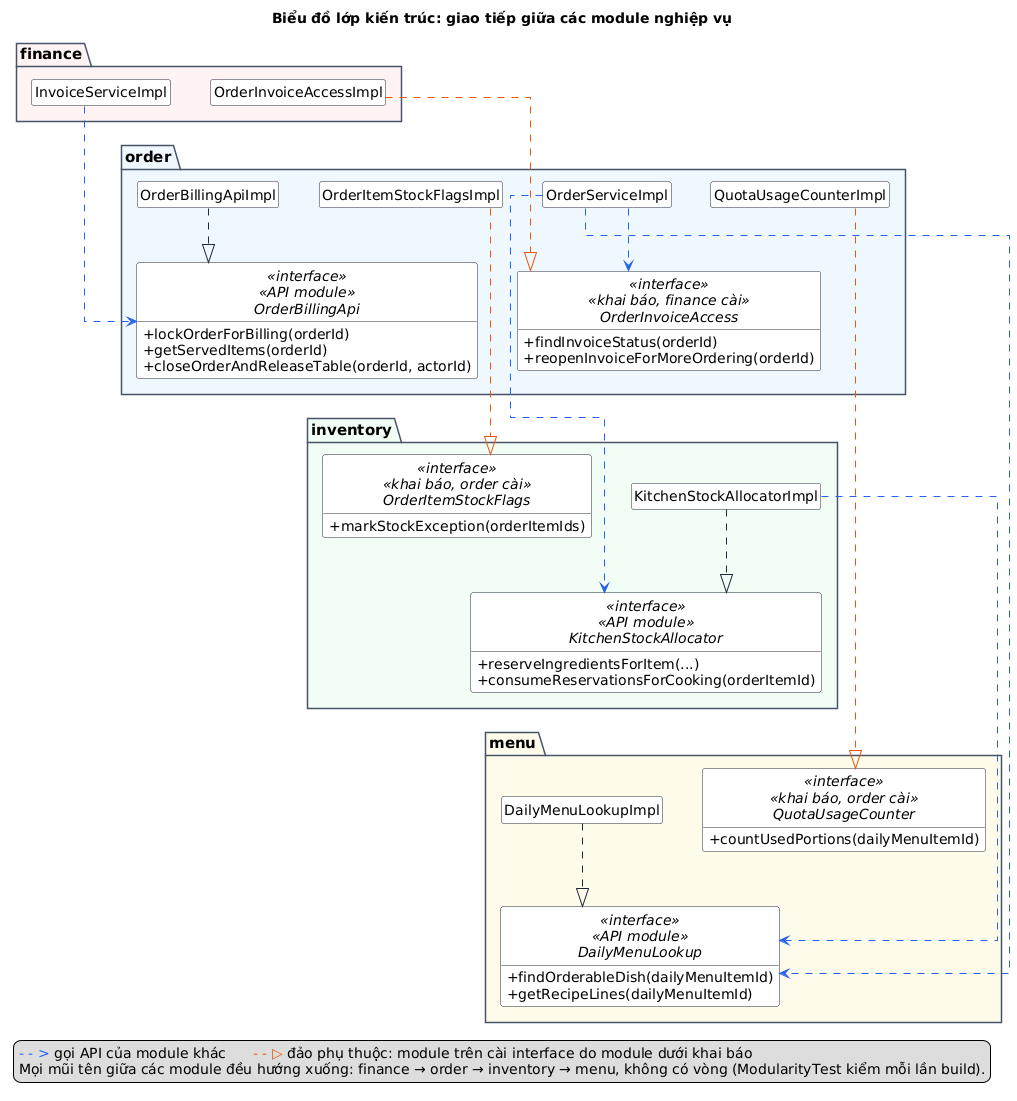
Earlier version of the PlantUML export docs/bao-cao-ltnc/uml/class-kien-truc.png (Anpham120/restaurant-management-system).
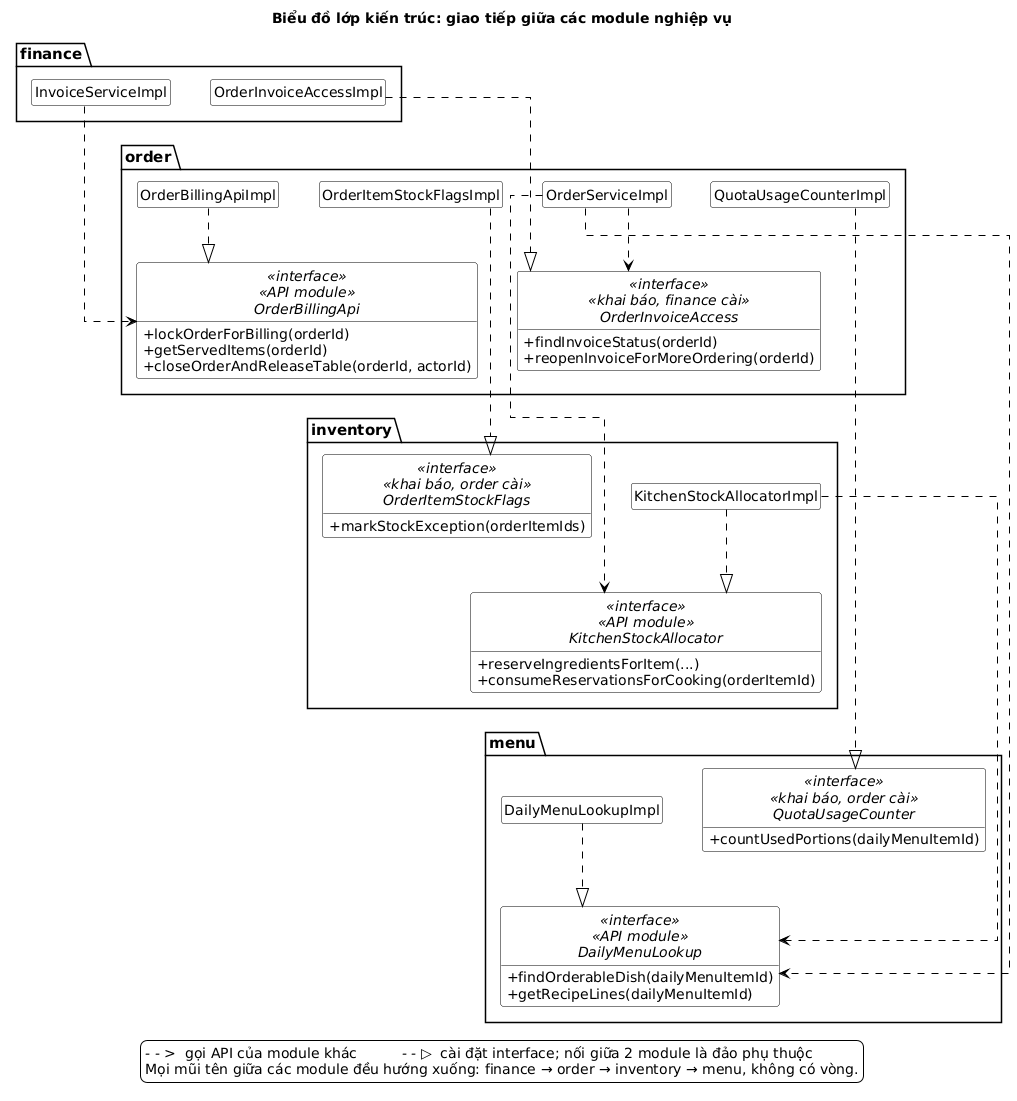
The same file after the commit.

What changed in the source:
```diff
@@ -7,18 +7,27 @@
 skinparam ranksep 55
 skinparam defaultFontSize 14
 skinparam package {
-  BorderColor #475569
+  BorderColor #000000
+  BackgroundColor #FFFFFF
   FontStyle bold
   FontSize 15
 }
+skinparam legend {
+  BackgroundColor #FFFFFF
+  BorderColor #000000
+}
+skinparam ArrowColor #000000
+skinparam class {
+  BorderColor #000000
+}
 title Biểu đồ lớp kiến trúc: giao tiếp giữa các module nghiệp vụ
 
-package "finance" as finance #FEF2F2 {
+package "finance" as finance {
   class InvoiceServiceImpl
   class OrderInvoiceAccessImpl
 }
 
-package "order" as order #EFF6FF {
+package "order" as order {
   interface OrderBillingApi <<interface>> <<API module>> {
     + lockOrderForBilling(orderId)
     + getServedItems(orderId)
@@ -34,7 +43,7 @@
   class QuotaUsageCounterImpl
 }
 
-package "inventory" as inventory #F0FDF4 {
+package "inventory" as inventory {
   interface KitchenStockAllocator <<interface>> <<API module>> {
     + reserveIngredientsForItem(...)
     + consumeReservationsForCooking(orderItemId)
@@ -45,7 +54,7 @@
   class KitchenStockAllocatorImpl
 }
 
-package "menu" as menu #FFFBEB {
+package "menu" as menu {
   interface DailyMenuLookup <<interface>> <<API module>> {
     + findOrderableDish(dailyMenuItemId)
     + getRecipeLines(dailyMenuItemId)
@@ -63,22 +72,22 @@
 KitchenStockAllocator -[hidden]down- DailyMenuLookupImpl
 OrderItemStockFlags -[hidden]down- DailyMenuLookupImpl
 
-InvoiceServiceImpl .[#2563EB].> OrderBillingApi
-OrderServiceImpl .[#2563EB].> OrderInvoiceAccess
-OrderServiceImpl .[#2563EB].> KitchenStockAllocator
-OrderServiceImpl .[#2563EB].> DailyMenuLookup
-KitchenStockAllocatorImpl .[#2563EB].> DailyMenuLookup
+InvoiceServiceImpl ..> OrderBillingApi
+OrderServiceImpl ..> OrderInvoiceAccess
+OrderServiceImpl ..> KitchenStockAllocator
+OrderServiceImpl ..> DailyMenuLookup
+KitchenStockAllocatorImpl ..> DailyMenuLookup
 
 OrderBillingApi <|.up. OrderBillingApiImpl
 KitchenStockAllocator <|.up. KitchenStockAllocatorImpl
 DailyMenuLookup <|.up. DailyMenuLookupImpl
 
-OrderInvoiceAccessImpl .[#EA580C].|> OrderInvoiceAccess
-OrderItemStockFlagsImpl .[#EA580C].|> OrderItemStockFlags
-QuotaUsageCounterImpl .[#EA580C].|> QuotaUsageCounter
+OrderInvoiceAccessImpl ..|> OrderInvoiceAccess
+OrderItemStockFlagsImpl ..|> OrderItemStockFlags
+QuotaUsageCounterImpl ..|> QuotaUsageCounter
 
 legend bottom
-  <color:#2563EB>- - ></color> gọi API của module khác      <color:#EA580C>- - ▷</color> đảo phụ thuộc: module trên cài interface do module dưới khai báo
-  Mọi mũi tên giữa các module đều hướng xuống: finance → order → inventory → menu, không có vòng (ModularityTest kiểm mỗi lần build).
+  - - >  gọi API của module khác          - - ▷  cài đặt interface; nối giữa 2 module là đảo phụ thuộc
+  Mọi mũi tên giữa các module đều hướng xuống: finance → order → inventory → menu, không có vòng.
 endlegend
 @enduml
```
